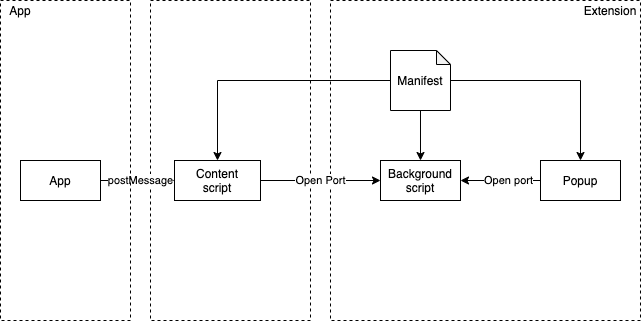
Earlier version of the draw.io export docs/extension-communication.png (dxos/dxos). Source tidied: cells renumbered, new cells last; positions are measured from the earlier drawing's top-left corner, leaving out a move shared by most shapes.
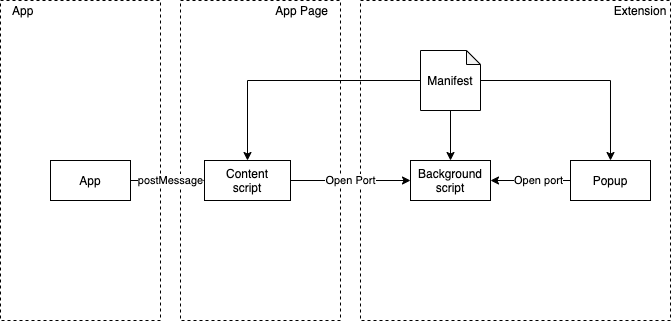
The same file after the commit.

What changed in the source:
```diff
@@ -2,12 +2,12 @@
   <root>
     <mxCell id="0" />
     <mxCell id="1" parent="0" />
+    <mxCell id="20" style="rounded=0;whiteSpace=wrap;html=1;fillColor=none;dashed=1;" parent="1" vertex="1">
+      <mxGeometry x="-30" width="160" height="320" as="geometry" />
+    </mxCell>
     <mxCell id="2" style="rounded=0;whiteSpace=wrap;html=1;fillColor=none;dashed=1;" parent="1" vertex="1">
       <mxGeometry x="150" width="160" height="320" as="geometry" />
     </mxCell>
-    <mxCell id="3" value="App" style="text;html=1;strokeColor=none;fillColor=none;align=center;verticalAlign=middle;whiteSpace=wrap;rounded=0;dashed=1;" parent="1" vertex="1">
-      <mxGeometry width="40" height="20" as="geometry" />
-    </mxCell>
     <mxCell id="4" style="rounded=0;whiteSpace=wrap;html=1;fillColor=none;dashed=1;" parent="1" vertex="1">
       <mxGeometry x="330" width="310" height="320" as="geometry" />
     </mxCell>
@@ -55,8 +55,11 @@
     <mxCell id="18" style="edgeStyle=orthogonalEdgeStyle;rounded=0;orthogonalLoop=1;jettySize=auto;html=1;exitX=0.5;exitY=1;exitDx=0;exitDy=0;" parent="1" edge="1" source="2" target="2">
       <mxGeometry relative="1" as="geometry" />
     </mxCell>
-    <mxCell id="19" style="rounded=0;whiteSpace=wrap;html=1;fillColor=none;dashed=1;" parent="1" vertex="1">
-      <mxGeometry width="130" height="320" as="geometry" />
-    </mxCell>
+    <mxCell id="21" value="App Page" style="text;html=1;strokeColor=none;fillColor=none;align=right;verticalAlign=middle;whiteSpace=wrap;rounded=0;dashed=1;" parent="1" vertex="1">
+      <mxGeometry x="160" width="140" height="20" as="geometry" />
+    </mxCell>
+    <mxCell id="3" value="App" style="text;html=1;strokeColor=none;fillColor=none;align=left;verticalAlign=middle;whiteSpace=wrap;rounded=0;dashed=1;" parent="1" vertex="1">
+      <mxGeometry x="-20" width="140" height="20" as="geometry" />
+    </mxCell>
   </root>
 </mxGraphModel>
```
